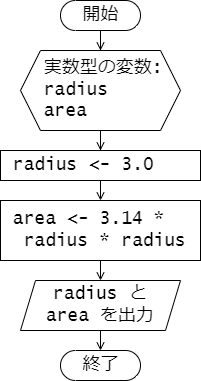
This is src/assets/flowchart_chap03_semicircle.png from rikitoro/GE2_programming_workbook, a draw.io export, as it was before one commit. Source tidied: cells renumbered, new cells last; positions are measured from the earlier drawing's top-left corner, leaving out a move shared by most shapes.
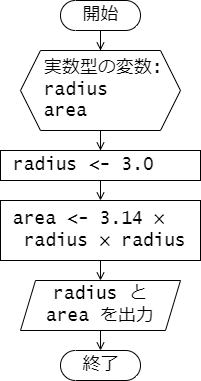
Later version of the same file.

The edit, as a diff of the source:
```diff
@@ -11,7 +11,7 @@
     <mxCell id="4" style="edgeStyle=orthogonalEdgeStyle;rounded=0;jettySize=auto;html=1;exitX=0.5;exitY=1;exitDx=0;exitDy=0;entryX=0.5;entryY=0;entryDx=0;entryDy=0;fontFamily=Lucida Console;fontSize=18;endArrow=open;endFill=0;" parent="1" edge="1" source="5" target="9">
       <mxGeometry relative="1" as="geometry" />
     </mxCell>
-    <mxCell id="5" value="&amp;nbsp;area &amp;lt;- 3.14 *&lt;br&gt;&amp;nbsp; radius * radius" style="html=1;dashed=0;whitespace=wrap;fontSize=18;fontFamily=Lucida Console;align=left;" parent="1" vertex="1">
+    <mxCell id="5" value="&amp;nbsp;area &amp;lt;- 3.14 ×&lt;br&gt;&amp;nbsp; radius × radius" style="html=1;dashed=0;whitespace=wrap;fontSize=18;fontFamily=Lucida Console;align=left;" parent="1" vertex="1">
       <mxGeometry y="200" width="200" height="60" as="geometry" />
     </mxCell>
     <mxCell id="6" style="edgeStyle=orthogonalEdgeStyle;rounded=0;jettySize=auto;html=1;exitX=0.5;exitY=1;exitDx=0;exitDy=0;entryX=0.5;entryY=0;entryDx=0;entryDy=0;fontFamily=Lucida Console;fontSize=18;endArrow=open;endFill=0;" parent="1" edge="1" source="7" target="5">
```
